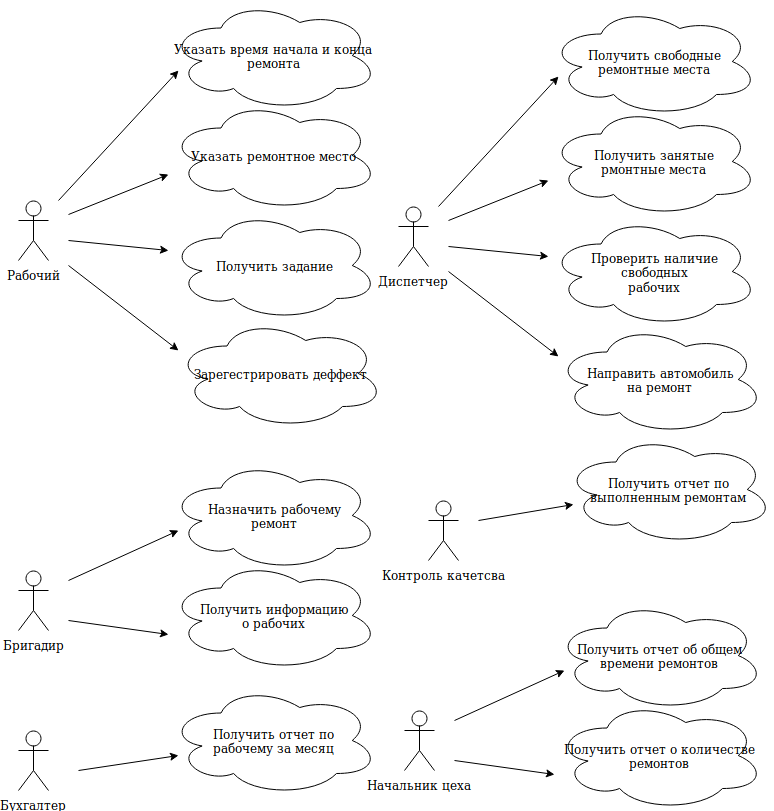
akhoroshev/se-architecture-course keeps this draw.io diagram as diagrams/usecase.png. Above is the earlier version. Source tidied: cells renumbered, new cells last; positions are measured from the earlier drawing's top-left corner, leaving out a move shared by most shapes.
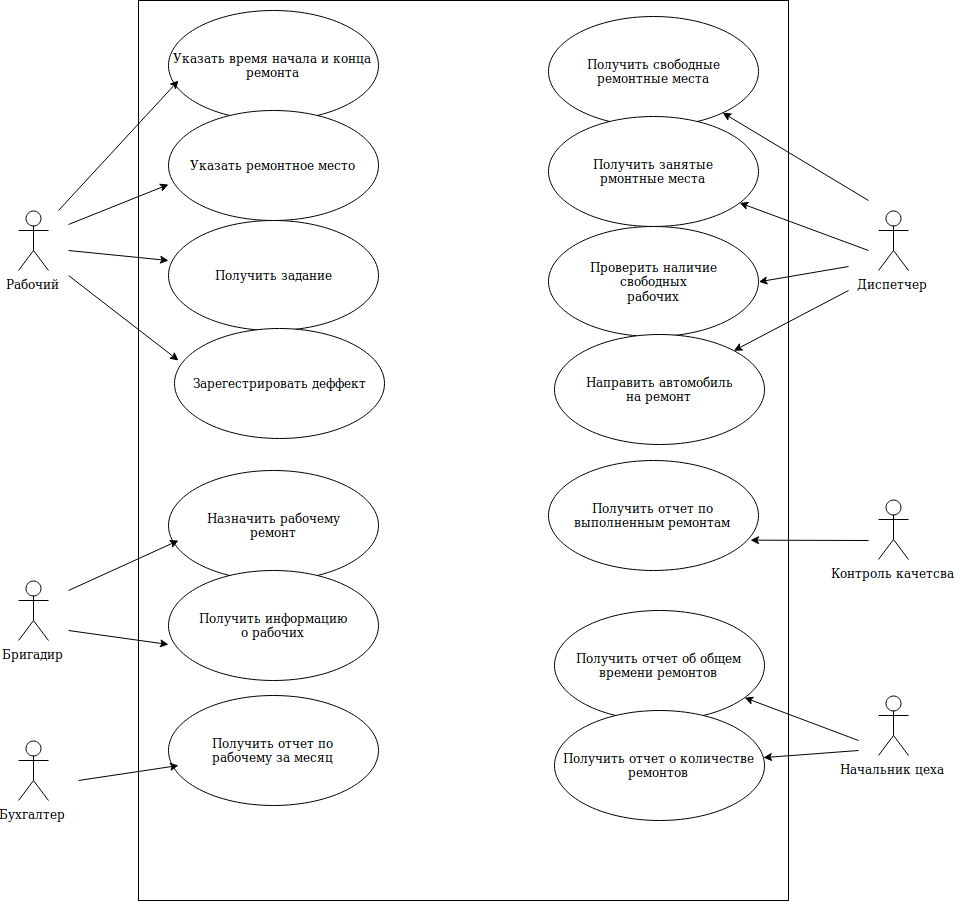
Later version of the same file.

The edit, as a diff of the source:
```diff
@@ -2,19 +2,22 @@
   <root>
     <mxCell id="0" />
     <mxCell id="1" parent="0" />
+    <mxCell id="36" style="rounded=0;whiteSpace=wrap;html=1;" parent="1" vertex="1">
+      <mxGeometry x="120" y="-10" width="650" height="900" as="geometry" />
+    </mxCell>
     <mxCell id="2" value="Рабочий" style="shape=umlActor;verticalLabelPosition=bottom;labelBackgroundColor=#ffffff;verticalAlign=top;html=1;" parent="1" vertex="1">
       <mxGeometry y="200" width="30" height="60" as="geometry" />
     </mxCell>
-    <mxCell id="3" value="&lt;span id=&quot;docs-internal-guid-1c0b10ed-7fff-4d52-9e66-07c7c2046a4b&quot;&gt;Указать время начала и конца ремонта&lt;/span&gt;" style="ellipse;shape=cloud;whiteSpace=wrap;html=1;" parent="1" vertex="1">
+    <mxCell id="3" value="&lt;span id=&quot;docs-internal-guid-1c0b10ed-7fff-4d52-9e66-07c7c2046a4b&quot;&gt;Указать время начала и конца ремонта&lt;/span&gt;" style="ellipse;whiteSpace=wrap;html=1;" parent="1" vertex="1">
       <mxGeometry x="150" width="210" height="110" as="geometry" />
     </mxCell>
-    <mxCell id="4" value="&lt;span id=&quot;docs-internal-guid-1c0b10ed-7fff-4d52-9e66-07c7c2046a4b&quot;&gt;Указать ремонтное место&lt;br&gt;&lt;/span&gt;" style="ellipse;shape=cloud;whiteSpace=wrap;html=1;" parent="1" vertex="1">
+    <mxCell id="4" value="&lt;span id=&quot;docs-internal-guid-1c0b10ed-7fff-4d52-9e66-07c7c2046a4b&quot;&gt;Указать ремонтное место&lt;br&gt;&lt;/span&gt;" style="ellipse;whiteSpace=wrap;html=1;" parent="1" vertex="1">
       <mxGeometry x="150" y="100" width="210" height="110" as="geometry" />
     </mxCell>
-    <mxCell id="5" value="Получить задание" style="ellipse;shape=cloud;whiteSpace=wrap;html=1;" parent="1" vertex="1">
+    <mxCell id="5" value="Получить задание" style="ellipse;whiteSpace=wrap;html=1;" parent="1" vertex="1">
       <mxGeometry x="150" y="210" width="210" height="110" as="geometry" />
     </mxCell>
-    <mxCell id="6" value="Зарегестрировать деффект" style="ellipse;shape=cloud;whiteSpace=wrap;html=1;" parent="1" vertex="1">
+    <mxCell id="6" value="Зарегестрировать деффект" style="ellipse;whiteSpace=wrap;html=1;" parent="1" vertex="1">
       <mxGeometry x="156" y="318" width="210" height="110" as="geometry" />
     </mxCell>
     <mxCell id="7" style="endArrow=classic;html=1;" parent="1" edge="1">
@@ -44,10 +47,10 @@
     <mxCell id="11" value="Бригадир" style="shape=umlActor;verticalLabelPosition=bottom;labelBackgroundColor=#ffffff;verticalAlign=top;html=1;" parent="1" vertex="1">
       <mxGeometry y="570" width="30" height="60" as="geometry" />
     </mxCell>
-    <mxCell id="12" value="&lt;div&gt;Назначить рабочему&lt;/div&gt;&lt;div&gt;ремонт&lt;br&gt;&lt;/div&gt;" style="ellipse;shape=cloud;whiteSpace=wrap;html=1;" parent="1" vertex="1">
+    <mxCell id="12" value="&lt;div&gt;Назначить рабочему&lt;/div&gt;&lt;div&gt;ремонт&lt;br&gt;&lt;/div&gt;" style="ellipse;whiteSpace=wrap;html=1;" parent="1" vertex="1">
       <mxGeometry x="150" y="460" width="210" height="110" as="geometry" />
     </mxCell>
-    <mxCell id="13" value="&lt;div&gt;Получить информацию&lt;/div&gt;&lt;div&gt;о рабочих&lt;br&gt;&lt;span id=&quot;docs-internal-guid-1c0b10ed-7fff-4d52-9e66-07c7c2046a4b&quot;&gt;&lt;/span&gt;&lt;/div&gt;&lt;div&gt;&lt;span id=&quot;docs-internal-guid-1c0b10ed-7fff-4d52-9e66-07c7c2046a4b&quot;&gt;&lt;/span&gt;&lt;/div&gt;" style="ellipse;shape=cloud;whiteSpace=wrap;html=1;" parent="1" vertex="1">
+    <mxCell id="13" value="&lt;div&gt;Получить информацию&lt;/div&gt;&lt;div&gt;о рабочих&lt;br&gt;&lt;span id=&quot;docs-internal-guid-1c0b10ed-7fff-4d52-9e66-07c7c2046a4b&quot;&gt;&lt;/span&gt;&lt;/div&gt;&lt;div&gt;&lt;span id=&quot;docs-internal-guid-1c0b10ed-7fff-4d52-9e66-07c7c2046a4b&quot;&gt;&lt;/span&gt;&lt;/div&gt;" style="ellipse;whiteSpace=wrap;html=1;" parent="1" vertex="1">
       <mxGeometry x="150" y="560" width="210" height="110" as="geometry" />
     </mxCell>
     <mxCell id="14" style="endArrow=classic;html=1;" parent="1" edge="1">
@@ -65,7 +68,7 @@
     <mxCell id="16" value="Бухгалтер" style="shape=umlActor;verticalLabelPosition=bottom;labelBackgroundColor=#ffffff;verticalAlign=top;html=1;" parent="1" vertex="1">
       <mxGeometry y="730" width="30" height="60" as="geometry" />
     </mxCell>
-    <mxCell id="17" value="&lt;div&gt;Получить отчет по&lt;/div&gt;&lt;div&gt;рабочему за месяц&lt;br&gt;&lt;/div&gt;" style="ellipse;shape=cloud;whiteSpace=wrap;html=1;" parent="1" vertex="1">
+    <mxCell id="17" value="&lt;div&gt;Получить отчет по&lt;/div&gt;&lt;div&gt;рабочему за месяц&lt;br&gt;&lt;/div&gt;" style="ellipse;whiteSpace=wrap;html=1;" parent="1" vertex="1">
       <mxGeometry x="150" y="685" width="210" height="110" as="geometry" />
     </mxCell>
     <mxCell id="18" style="endArrow=classic;html=1;" parent="1" edge="1">
@@ -75,75 +78,68 @@
       </mxGeometry>
     </mxCell>
     <mxCell id="19" value="Диспетчер" style="shape=umlActor;verticalLabelPosition=bottom;labelBackgroundColor=#ffffff;verticalAlign=top;html=1;" parent="1" vertex="1">
-      <mxGeometry x="380" y="206" width="30" height="60" as="geometry" />
+      <mxGeometry x="860" y="200" width="30" height="60" as="geometry" />
     </mxCell>
-    <mxCell id="20" value="&lt;div&gt;Получить свободные&lt;/div&gt;&lt;div&gt;ремонтные места&lt;/div&gt;" style="ellipse;shape=cloud;whiteSpace=wrap;html=1;" parent="1" vertex="1">
+    <mxCell id="20" value="&lt;div&gt;Получить свободные&lt;/div&gt;&lt;div&gt;ремонтные места&lt;/div&gt;" style="ellipse;whiteSpace=wrap;html=1;" parent="1" vertex="1">
       <mxGeometry x="530" y="6" width="210" height="110" as="geometry" />
     </mxCell>
-    <mxCell id="21" value="&lt;div&gt;Получить занятые&lt;/div&gt;&lt;div&gt;рмонтные места&lt;br&gt;&lt;span id=&quot;docs-internal-guid-1c0b10ed-7fff-4d52-9e66-07c7c2046a4b&quot;&gt;&lt;/span&gt;&lt;/div&gt;&lt;div&gt;&lt;span id=&quot;docs-internal-guid-1c0b10ed-7fff-4d52-9e66-07c7c2046a4b&quot;&gt;&lt;/span&gt;&lt;/div&gt;" style="ellipse;shape=cloud;whiteSpace=wrap;html=1;" parent="1" vertex="1">
+    <mxCell id="21" value="&lt;div&gt;Получить занятые&lt;/div&gt;&lt;div&gt;рмонтные места&lt;br&gt;&lt;span id=&quot;docs-internal-guid-1c0b10ed-7fff-4d52-9e66-07c7c2046a4b&quot;&gt;&lt;/span&gt;&lt;/div&gt;&lt;div&gt;&lt;span id=&quot;docs-internal-guid-1c0b10ed-7fff-4d52-9e66-07c7c2046a4b&quot;&gt;&lt;/span&gt;&lt;/div&gt;" style="ellipse;whiteSpace=wrap;html=1;" parent="1" vertex="1">
       <mxGeometry x="530" y="106" width="210" height="110" as="geometry" />
     </mxCell>
-    <mxCell id="22" value="&lt;div&gt;Проверить наличие&lt;/div&gt;&lt;div&gt;свободных&lt;/div&gt;&lt;div&gt;рабочих&lt;/div&gt;" style="ellipse;shape=cloud;whiteSpace=wrap;html=1;" parent="1" vertex="1">
+    <mxCell id="22" value="&lt;div&gt;Проверить наличие&lt;/div&gt;&lt;div&gt;свободных&lt;/div&gt;&lt;div&gt;рабочих&lt;/div&gt;" style="ellipse;whiteSpace=wrap;html=1;" parent="1" vertex="1">
       <mxGeometry x="530" y="216" width="210" height="110" as="geometry" />
     </mxCell>
-    <mxCell id="23" value="&lt;div&gt;Направить автомобиль&lt;/div&gt;&lt;div&gt;на ремонт&lt;br&gt;&lt;/div&gt;" style="ellipse;shape=cloud;whiteSpace=wrap;html=1;" parent="1" vertex="1">
+    <mxCell id="23" value="&lt;div&gt;Направить автомобиль&lt;/div&gt;&lt;div&gt;на ремонт&lt;br&gt;&lt;/div&gt;" style="ellipse;whiteSpace=wrap;html=1;" parent="1" vertex="1">
       <mxGeometry x="536" y="324" width="210" height="110" as="geometry" />
     </mxCell>
-    <mxCell id="24" style="endArrow=classic;html=1;" parent="1" edge="1">
+    <mxCell id="24" style="endArrow=classic;html=1;" parent="1" edge="1" target="20">
       <mxGeometry relative="1" as="geometry">
-        <mxPoint x="420" y="206" as="sourcePoint" />
-        <mxPoint x="540" y="76" as="targetPoint" />
+        <mxPoint x="850" y="190" as="sourcePoint" />
       </mxGeometry>
     </mxCell>
-    <mxCell id="25" style="endArrow=classic;html=1;" parent="1" edge="1">
+    <mxCell id="25" style="endArrow=classic;html=1;" parent="1" edge="1" target="21">
       <mxGeometry relative="1" as="geometry">
-        <mxPoint x="430" y="220" as="sourcePoint" />
-        <mxPoint x="530" y="180" as="targetPoint" />
+        <mxPoint x="850" y="240" as="sourcePoint" />
       </mxGeometry>
     </mxCell>
-    <mxCell id="26" style="endArrow=classic;html=1;" parent="1" edge="1">
+    <mxCell id="26" style="endArrow=classic;html=1;entryX=1;entryY=0.5;entryDx=0;entryDy=0;" parent="1" edge="1" target="22">
       <mxGeometry relative="1" as="geometry">
-        <mxPoint x="430" y="246" as="sourcePoint" />
-        <mxPoint x="530" y="256" as="targetPoint" />
+        <mxPoint x="830" y="256" as="sourcePoint" />
       </mxGeometry>
     </mxCell>
-    <mxCell id="27" style="endArrow=classic;html=1;" parent="1" edge="1">
+    <mxCell id="27" style="endArrow=classic;html=1;" parent="1" edge="1" target="23">
       <mxGeometry relative="1" as="geometry">
-        <mxPoint x="430" y="271" as="sourcePoint" />
-        <mxPoint x="540" y="356" as="targetPoint" />
+        <mxPoint x="830" y="280" as="sourcePoint" />
       </mxGeometry>
     </mxCell>
     <mxCell id="28" value="Контроль качетсва" style="shape=umlActor;verticalLabelPosition=bottom;labelBackgroundColor=#ffffff;verticalAlign=top;html=1;" parent="1" vertex="1">
-      <mxGeometry x="410" y="500" width="30" height="60" as="geometry" />
+      <mxGeometry x="860" y="489" width="30" height="60" as="geometry" />
     </mxCell>
-    <mxCell id="29" value="&lt;div&gt;Получить отчет &lt;span id=&quot;docs-internal-guid-cd76d782-7fff-cb7f-6739-65d3ce2da965&quot;&gt;по выполненным ремонтам&lt;/span&gt;&lt;/div&gt;" style="ellipse;shape=cloud;whiteSpace=wrap;html=1;" parent="1" vertex="1">
-      <mxGeometry x="545" y="434" width="210" height="110" as="geometry" />
+    <mxCell id="29" value="&lt;div&gt;Получить отчет &lt;span id=&quot;docs-internal-guid-cd76d782-7fff-cb7f-6739-65d3ce2da965&quot;&gt;по выполненным ремонтам&lt;/span&gt;&lt;/div&gt;" style="ellipse;whiteSpace=wrap;html=1;" parent="1" vertex="1">
+      <mxGeometry x="530" y="450" width="210" height="110" as="geometry" />
     </mxCell>
-    <mxCell id="30" style="endArrow=classic;html=1;" parent="1" edge="1">
+    <mxCell id="30" style="endArrow=classic;html=1;entryX=0.962;entryY=0.718;entryDx=0;entryDy=0;entryPerimeter=0;" parent="1" edge="1" target="29">
       <mxGeometry relative="1" as="geometry">
-        <mxPoint x="460" y="520" as="sourcePoint" />
-        <mxPoint x="555" y="504" as="targetPoint" />
+        <mxPoint x="850" y="530" as="sourcePoint" />
       </mxGeometry>
     </mxCell>
     <mxCell id="31" value="Начальник цеха" style="shape=umlActor;verticalLabelPosition=bottom;labelBackgroundColor=#ffffff;verticalAlign=top;html=1;" parent="1" vertex="1">
-      <mxGeometry x="386" y="710" width="30" height="60" as="geometry" />
+      <mxGeometry x="860" y="685" width="30" height="60" as="geometry" />
     </mxCell>
-    <mxCell id="32" value="Получить отчет об общем времени ремонтов" style="ellipse;shape=cloud;whiteSpace=wrap;html=1;" parent="1" vertex="1">
+    <mxCell id="32" value="Получить отчет об общем времени ремонтов" style="ellipse;whiteSpace=wrap;html=1;" parent="1" vertex="1">
       <mxGeometry x="536" y="600" width="210" height="110" as="geometry" />
     </mxCell>
-    <mxCell id="33" value="Получить отчет о количестве ремонтов" style="ellipse;shape=cloud;whiteSpace=wrap;html=1;" parent="1" vertex="1">
+    <mxCell id="33" value="Получить отчет о количестве ремонтов" style="ellipse;whiteSpace=wrap;html=1;" parent="1" vertex="1">
       <mxGeometry x="536" y="700" width="210" height="110" as="geometry" />
     </mxCell>
-    <mxCell id="34" style="endArrow=classic;html=1;" parent="1" edge="1">
+    <mxCell id="34" style="endArrow=classic;html=1;" parent="1" edge="1" target="32">
       <mxGeometry relative="1" as="geometry">
-        <mxPoint x="436" y="720" as="sourcePoint" />
-        <mxPoint x="546" y="670" as="targetPoint" />
+        <mxPoint x="840" y="730" as="sourcePoint" />
       </mxGeometry>
     </mxCell>
-    <mxCell id="35" style="endArrow=classic;html=1;" parent="1" edge="1">
+    <mxCell id="35" style="endArrow=classic;html=1;" parent="1" edge="1" target="33">
       <mxGeometry relative="1" as="geometry">
-        <mxPoint x="436" y="760" as="sourcePoint" />
-        <mxPoint x="536" y="774" as="targetPoint" />
+        <mxPoint x="840" y="740" as="sourcePoint" />
       </mxGeometry>
     </mxCell>
   </root>
```
